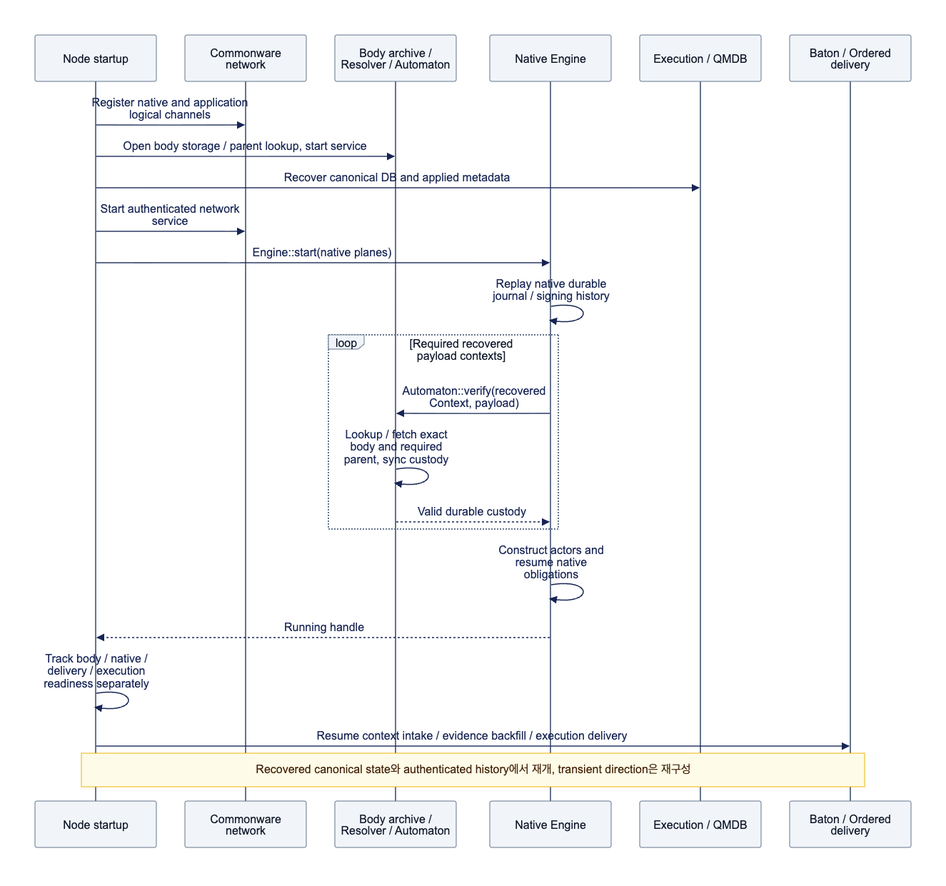
Above: assets/diagrams/diagram-13.png in djm07073/baton-research (Mermaid), before the change. Its source is kept beside it as assets/diagrams/diagram-13.mmd. Its diagram source:
```mermaid
sequenceDiagram
    participant S as Node startup
    participant W as Commonware network
    participant A as Body archive / Resolver / Automaton
    participant N as Native Engine
    participant E as Execution / QMDB
    participant B as Baton / Ordered delivery
    S->>W: Register native and application logical channels
    S->>A: Open body storage / parent lookup, start service
    S->>E: Recover canonical DB and applied metadata
    S->>W: Start authenticated network service
    S->>N: Engine::start(native planes)
    N->>N: Replay native durable journal / signing history
    loop Required recovered payload contexts
        N->>A: Automaton::verify(recovered Context, payload)
        A->>A: Lookup / fetch exact body and required parent, sync custody
        A-->>N: Valid durable custody
    end
    N->>N: Construct actors and resume native obligations
    N-->>S: Running handle
    S->>S: Track body / native / delivery / execution readiness separately
    S->>B: Resume context intake / evidence backfill / execution delivery
    Note over S,B: Recovered canonical state와 authenticated history에서 재개, transient direction은 재구성
```
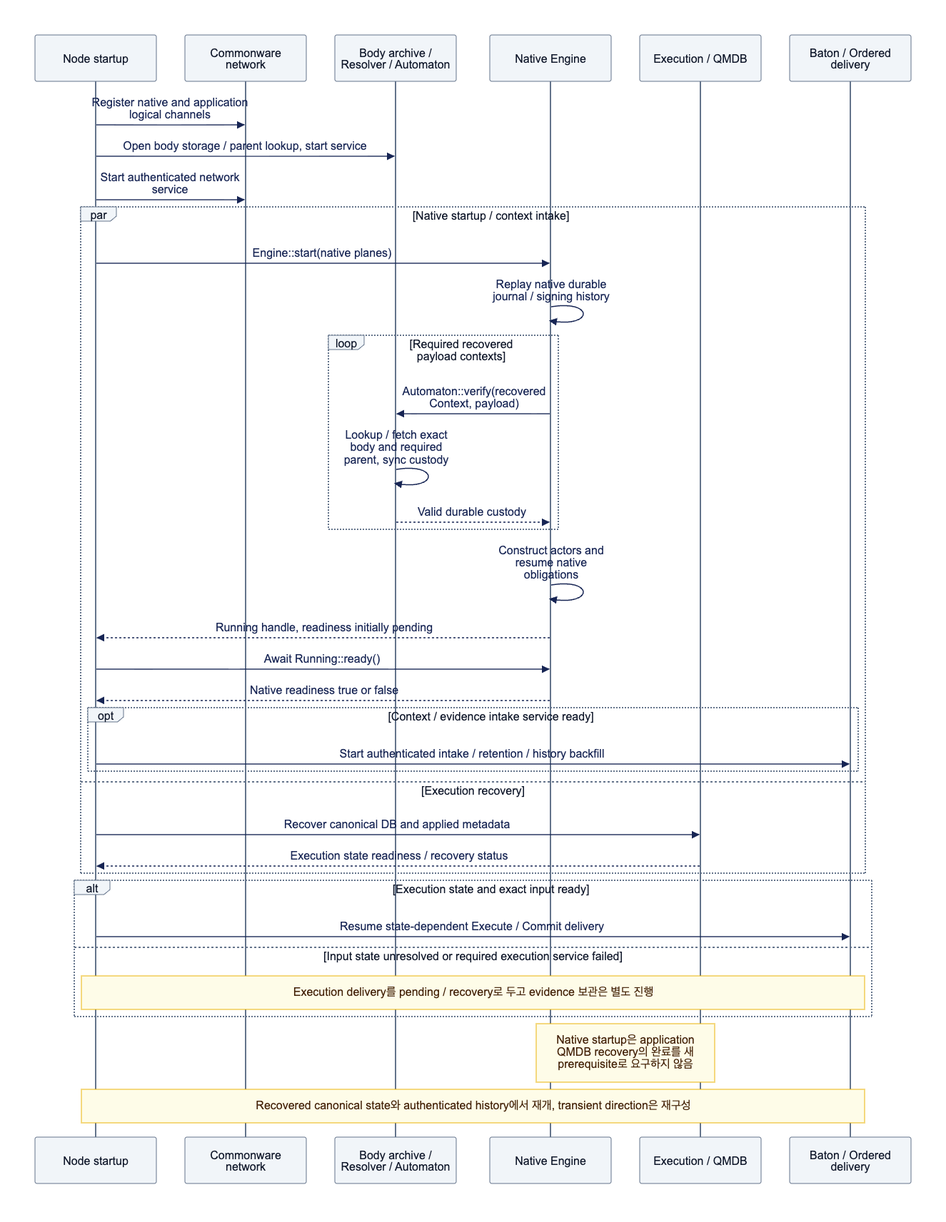
Above is the later version.

Diff of the diagram source:
```diff
@@ -7,17 +7,30 @@
     participant B as Baton / Ordered delivery
     S->>W: Register native and application logical channels
     S->>A: Open body storage / parent lookup, start service
-    S->>E: Recover canonical DB and applied metadata
     S->>W: Start authenticated network service
-    S->>N: Engine::start(native planes)
-    N->>N: Replay native durable journal / signing history
-    loop Required recovered payload contexts
-        N->>A: Automaton::verify(recovered Context, payload)
-        A->>A: Lookup / fetch exact body and required parent, sync custody
-        A-->>N: Valid durable custody
+    par Native startup / context intake
+        S->>N: Engine::start(native planes)
+        N->>N: Replay native durable journal / signing history
+        loop Required recovered payload contexts
+            N->>A: Automaton::verify(recovered Context, payload)
+            A->>A: Lookup / fetch exact body and required parent, sync custody
+            A-->>N: Valid durable custody
+        end
+        N->>N: Construct actors and resume native obligations
+        N-->>S: Running handle, readiness initially pending
+        S->>N: Await Running::ready()
+        N-->>S: Native readiness true or false
+        opt Context / evidence intake service ready
+            S->>B: Start authenticated intake / retention / history backfill
+        end
+    and Execution recovery
+        S->>E: Recover canonical DB and applied metadata
+        E-->>S: Execution state readiness / recovery status
     end
-    N->>N: Construct actors and resume native obligations
-    N-->>S: Running handle
-    S->>S: Track body / native / delivery / execution readiness separately
-    S->>B: Resume context intake / evidence backfill / execution delivery
+    alt Execution state and exact input ready
+        S->>B: Resume state-dependent Execute / Commit delivery
+    else Input state unresolved or required execution service failed
+        Note over S,B: Execution delivery를 pending / recovery로 두고 evidence 보관은 별도 진행
+    end
+    Note over N,E: Native startup은 application QMDB recovery의 완료를 새 prerequisite로 요구하지 않음
     Note over S,B: Recovered canonical state와 authenticated history에서 재개, transient direction은 재구성
```
